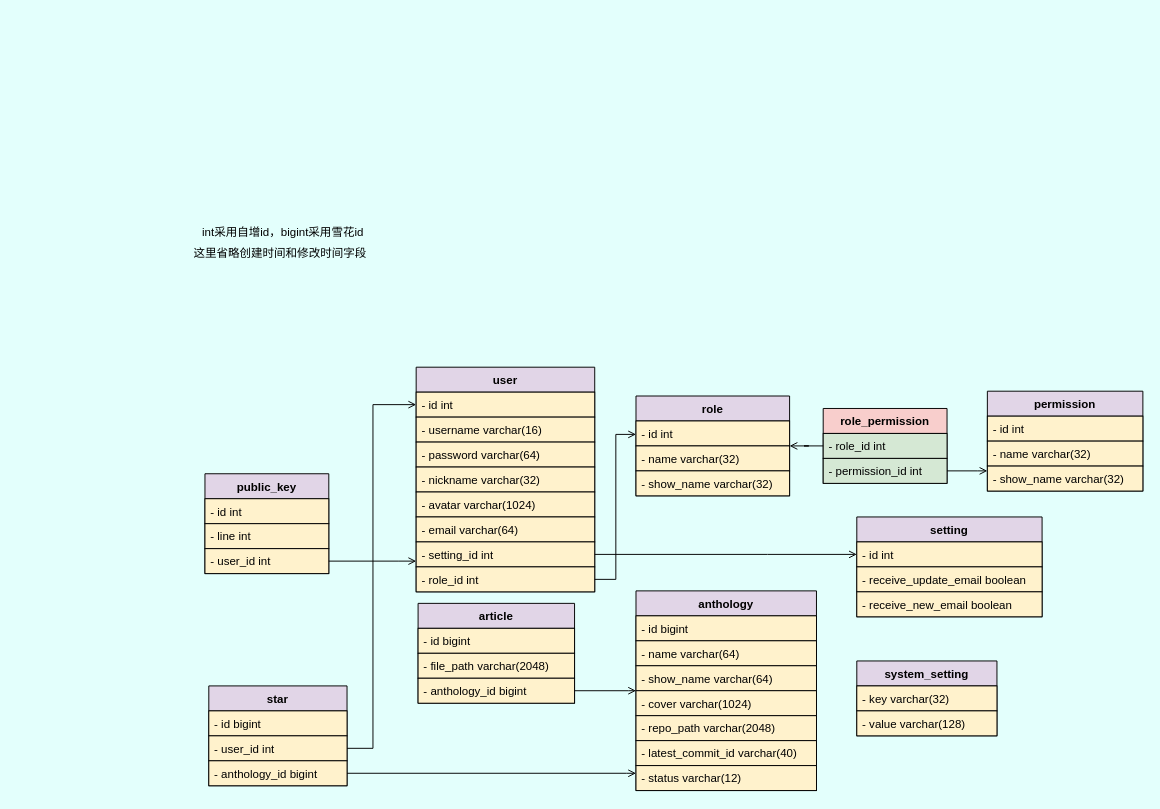
This is page "数据库" (2 of 3) of docs/diagram/后端类图.dio from swsk33/git-document, a draw.io file, before an edit. Source tidied: cells renumbered, new cells numbered last; positions are measured from the earlier drawing's top-left corner, leaving out a move shared by most shapes. Both pictures are drawn from the tidied source at 96%, with x=0, y=0 at pixel (188, 224).
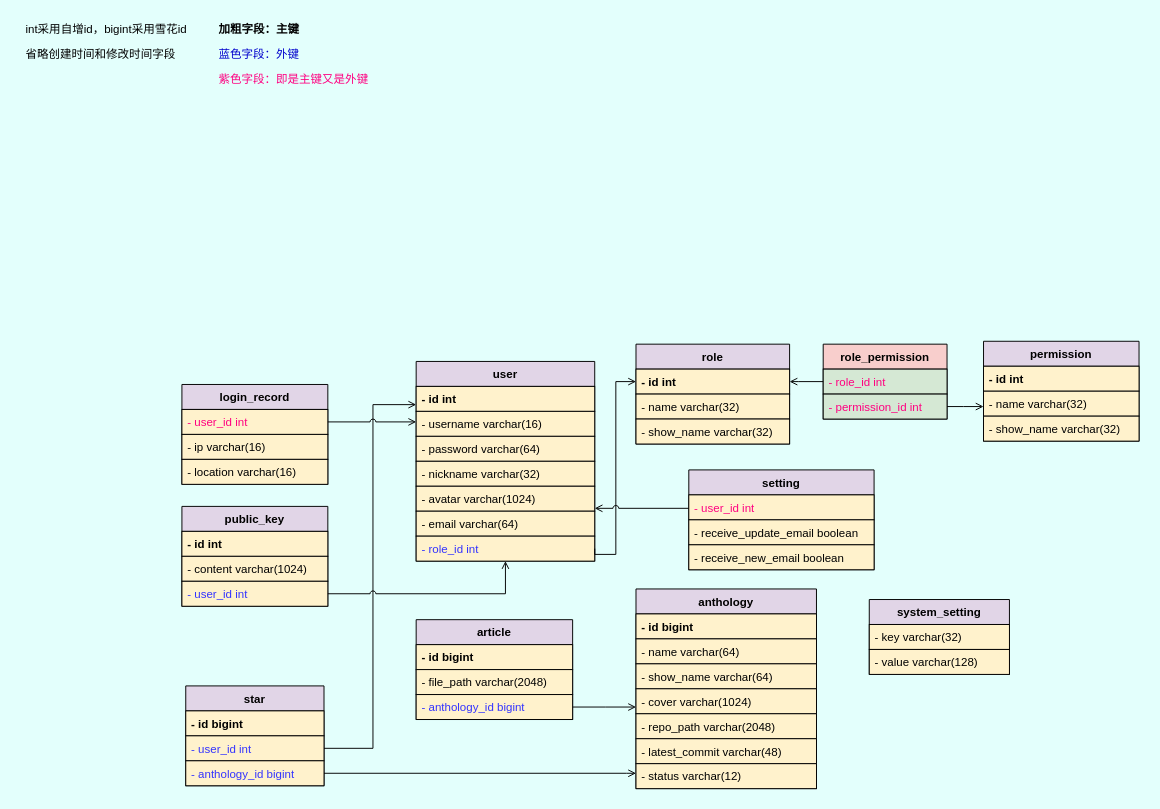
The same page after the edit.

Change to the diagram source:
```diff
@@
     <mxCell id="2" value="user" style="swimlane;fontStyle=1;align=center;verticalAlign=top;horizontal=1;startSize=26;fillColor=#e1d5e7;strokeColor=#000000;fontColor=#000000;" parent="1" vertex="1">
-      <mxGeometry x="237" y="149" width="186" height="234" as="geometry" />
+      <mxGeometry x="237" y="143" width="186" height="208" as="geometry" />
     </mxCell>
-    <mxCell id="3" value="- id int" style="text;strokeColor=#000000;fillColor=#fff2cc;align=left;verticalAlign=top;spacingLeft=4;spacingRight=4;overflow=hidden;fontColor=#000000;" parent="2" vertex="1">
+    <mxCell id="3" value="- id int" style="text;strokeColor=#000000;fillColor=#fff2cc;align=left;verticalAlign=top;spacingLeft=4;spacingRight=4;overflow=hidden;fontColor=#000000;fontStyle=1;" parent="2" vertex="1">
       <mxGeometry y="26" width="186" height="26" as="geometry" />
     </mxCell>
@@
-    <mxCell id="9" value="- setting_id int" style="text;strokeColor=#000000;fillColor=#fff2cc;align=left;verticalAlign=top;spacingLeft=4;spacingRight=4;overflow=hidden;points=[[0,0.5],[1,0.5]];portConstraint=eastwest;fontColor=#000000;" parent="2" vertex="1">
-      <mxGeometry y="182" width="186" height="26" as="geometry" />
-    </mxCell>
-    <mxCell id="10" value="- role_id int" style="text;strokeColor=#000000;fillColor=#fff2cc;align=left;verticalAlign=top;spacingLeft=4;spacingRight=4;overflow=hidden;points=[[0,0.5],[1,0.5]];portConstraint=eastwest;fontColor=#000000;" parent="2" vertex="1">
-      <mxGeometry y="208" width="186" height="26" as="geometry" />
+    <mxCell id="10" value="- role_id int" style="text;strokeColor=#000000;fillColor=#fff2cc;align=left;verticalAlign=top;spacingLeft=4;spacingRight=4;overflow=hidden;points=[[0,0.5],[1,0.5]];portConstraint=eastwest;fontColor=#3333FF;" parent="2" vertex="1">
+      <mxGeometry y="182" width="186" height="26" as="geometry" />
     </mxCell>
     <mxCell id="11" value="role" style="swimlane;fontStyle=1;align=center;verticalAlign=top;horizontal=1;startSize=26;fillColor=#e1d5e7;strokeColor=#000000;fontColor=#000000;" parent="1" vertex="1">
-      <mxGeometry x="466" y="179" width="160" height="104" as="geometry" />
+      <mxGeometry x="466" y="125" width="160" height="104" as="geometry" />
     </mxCell>
-    <mxCell id="12" value="- id int" style="text;strokeColor=#000000;fillColor=#fff2cc;align=left;verticalAlign=top;spacingLeft=4;spacingRight=4;overflow=hidden;points=[[0,0.5],[1,0.5]];portConstraint=eastwest;fontColor=#000000;" parent="11" vertex="1">
+    <mxCell id="12" value="- id int" style="text;strokeColor=#000000;fillColor=#fff2cc;align=left;verticalAlign=top;spacingLeft=4;spacingRight=4;overflow=hidden;points=[[0,0.5],[1,0.5]];portConstraint=eastwest;fontColor=#000000;fontStyle=1;" parent="11" vertex="1">
       <mxGeometry y="26" width="160" height="26" as="geometry" />
     </mxCell>
@@
     <mxCell id="15" value="permission" style="swimlane;fontStyle=1;align=center;verticalAlign=top;horizontal=1;startSize=26;fillColor=#e1d5e7;strokeColor=#000000;fontColor=#000000;" parent="1" vertex="1">
-      <mxGeometry x="832" y="174" width="162" height="104" as="geometry" />
+      <mxGeometry x="828" y="122" width="162" height="104" as="geometry" />
     </mxCell>
-    <mxCell id="16" value="- id int" style="text;strokeColor=#000000;fillColor=#fff2cc;align=left;verticalAlign=top;spacingLeft=4;spacingRight=4;overflow=hidden;fontColor=#000000;" parent="15" vertex="1">
+    <mxCell id="16" value="- id int" style="text;strokeColor=#000000;fillColor=#fff2cc;align=left;verticalAlign=top;spacingLeft=4;spacingRight=4;overflow=hidden;fontColor=#000000;fontStyle=1;" parent="15" vertex="1">
       <mxGeometry y="26" width="162" height="26" as="geometry" />
     </mxCell>
@@
     <mxCell id="19" value="role_permission" style="swimlane;fontStyle=1;align=center;verticalAlign=top;horizontal=1;startSize=26;fillColor=#f8cecc;strokeColor=#000000;fontColor=#000000;" parent="1" vertex="1">
-      <mxGeometry x="661" y="192" width="129" height="78" as="geometry" />
+      <mxGeometry x="661" y="125" width="129" height="78" as="geometry" />
     </mxCell>
-    <mxCell id="20" value="- role_id int" style="text;strokeColor=#000000;fillColor=#d5e8d4;align=left;verticalAlign=top;spacingLeft=4;spacingRight=4;overflow=hidden;points=[[0,0.5],[1,0.5]];portConstraint=eastwest;fontColor=#000000;" parent="19" vertex="1">
+    <mxCell id="20" value="- role_id int" style="text;strokeColor=#000000;fillColor=#d5e8d4;align=left;verticalAlign=top;spacingLeft=4;spacingRight=4;overflow=hidden;points=[[0,0.5],[1,0.5]];portConstraint=eastwest;fontColor=#FF0080;" parent="19" vertex="1">
       <mxGeometry y="26" width="129" height="26" as="geometry" />
     </mxCell>
-    <mxCell id="21" value="- permission_id int" style="text;strokeColor=#000000;fillColor=#d5e8d4;align=left;verticalAlign=top;spacingLeft=4;spacingRight=4;overflow=hidden;points=[[0,0.5],[1,0.5]];portConstraint=eastwest;fontColor=#000000;" parent="19" vertex="1">
+    <mxCell id="21" value="- permission_id int" style="text;strokeColor=#000000;fillColor=#d5e8d4;align=left;verticalAlign=top;spacingLeft=4;spacingRight=4;overflow=hidden;points=[[0,0.5],[1,0.5]];portConstraint=eastwest;fontColor=#FF0080;" parent="19" vertex="1">
       <mxGeometry y="52" width="129" height="26" as="geometry" />
     </mxCell>
-    <mxCell id="22" style="edgeStyle=orthogonalEdgeStyle;rounded=0;jettySize=auto;html=1;exitX=1;exitY=0.5;exitDx=0;exitDy=0;fontColor=#000000;endArrow=open;endFill=0;strokeColor=#000000;" parent="1" edge="1" source="10" target="11">
+    <mxCell id="22" style="edgeStyle=orthogonalEdgeStyle;rounded=0;jettySize=auto;html=1;exitX=1;exitY=0.5;exitDx=0;exitDy=0;fontColor=#000000;endArrow=open;endFill=0;strokeColor=#000000;" parent="1" edge="1" source="10" target="12">
       <mxGeometry relative="1" as="geometry">
         <Array as="points">
-          <mxPoint x="445" y="370" />
-          <mxPoint x="445" y="219" />
+          <mxPoint x="445" y="344" />
+          <mxPoint x="445" y="164" />
         </Array>
       </mxGeometry>
     </mxCell>
     <mxCell id="23" value="public_key" style="swimlane;fontStyle=1;align=center;verticalAlign=top;horizontal=1;startSize=26;fillColor=#e1d5e7;strokeColor=#000000;fontColor=#000000;" parent="1" vertex="1">
-      <mxGeometry x="17" y="260" width="129" height="104" as="geometry" />
+      <mxGeometry x="-7" y="294" width="152" height="104" as="geometry" />
     </mxCell>
-    <mxCell id="24" value="- id int" style="text;strokeColor=#000000;fillColor=#fff2cc;align=left;verticalAlign=top;spacingLeft=4;spacingRight=4;overflow=hidden;fontColor=#000000;" parent="23" vertex="1">
-      <mxGeometry y="26" width="129" height="26" as="geometry" />
+    <mxCell id="24" value="- id int" style="text;strokeColor=#000000;fillColor=#fff2cc;align=left;verticalAlign=top;spacingLeft=4;spacingRight=4;overflow=hidden;fontColor=#000000;fontStyle=1;" parent="23" vertex="1">
+      <mxGeometry y="26" width="152" height="26" as="geometry" />
     </mxCell>
-    <mxCell id="25" value="- line int" style="text;strokeColor=#000000;fillColor=#fff2cc;align=left;verticalAlign=top;spacingLeft=4;spacingRight=4;overflow=hidden;fontColor=#000000;" parent="23" vertex="1">
-      <mxGeometry y="52" width="129" height="26" as="geometry" />
-    </mxCell>
+    <mxCell id="59" value="- content varchar(1024)" style="text;strokeColor=#000000;fillColor=#fff2cc;align=left;verticalAlign=top;spacingLeft=4;spacingRight=4;overflow=hidden;fontColor=#000000;" parent="23" vertex="1">
+      <mxGeometry y="52" width="152" height="26" as="geometry" />
+    </mxCell>
-    <mxCell id="26" value="- user_id int" style="text;strokeColor=#000000;fillColor=#fff2cc;align=left;verticalAlign=top;spacingLeft=4;spacingRight=4;overflow=hidden;points=[[0,0.5],[1,0.5]];portConstraint=eastwest;fontColor=#000000;" parent="23" vertex="1">
-      <mxGeometry y="78" width="129" height="26" as="geometry" />
+    <mxCell id="26" value="- user_id int" style="text;strokeColor=#000000;fillColor=#fff2cc;align=left;verticalAlign=top;spacingLeft=4;spacingRight=4;overflow=hidden;points=[[0,0.5],[1,0.5]];portConstraint=eastwest;fontColor=#3333FF;" parent="23" vertex="1">
+      <mxGeometry y="78" width="152" height="26" as="geometry" />
     </mxCell>
-    <mxCell id="27" style="edgeStyle=orthogonalEdgeStyle;rounded=0;jettySize=auto;html=1;exitX=1;exitY=0.5;exitDx=0;exitDy=0;fontColor=#000000;endArrow=open;endFill=0;strokeColor=#000000;" parent="1" edge="1" source="26" target="2">
-      <mxGeometry relative="1" as="geometry">
-        <Array as="points">
-          <mxPoint x="219" y="351" />
-          <mxPoint x="219" y="351" />
-        </Array>
-      </mxGeometry>
-    </mxCell>
     <mxCell id="28" value="article" style="swimlane;fontStyle=1;align=center;verticalAlign=top;horizontal=1;startSize=26;fillColor=#e1d5e7;strokeColor=#000000;fontColor=#000000;" parent="1" vertex="1">
-      <mxGeometry x="239" y="395" width="163" height="104" as="geometry" />
+      <mxGeometry x="237" y="412" width="163" height="104" as="geometry" />
     </mxCell>
-    <mxCell id="29" value="- id bigint" style="text;strokeColor=#000000;fillColor=#fff2cc;align=left;verticalAlign=top;spacingLeft=4;spacingRight=4;overflow=hidden;fontColor=#000000;" parent="28" vertex="1">
+    <mxCell id="29" value="- id bigint" style="text;strokeColor=#000000;fillColor=#fff2cc;align=left;verticalAlign=top;spacingLeft=4;spacingRight=4;overflow=hidden;fontColor=#000000;fontStyle=1;" parent="28" vertex="1">
       <mxGeometry y="26" width="163" height="26" as="geometry" />
     </mxCell>
@@
-    <mxCell id="31" value="- anthology_id bigint" style="text;strokeColor=#000000;fillColor=#fff2cc;align=left;verticalAlign=top;spacingLeft=4;spacingRight=4;overflow=hidden;points=[[0,0.5],[1,0.5]];portConstraint=eastwest;fontColor=#000000;" parent="28" vertex="1">
+    <mxCell id="31" value="- anthology_id bigint" style="text;strokeColor=#000000;fillColor=#fff2cc;align=left;verticalAlign=top;spacingLeft=4;spacingRight=4;overflow=hidden;points=[[0,0.5],[1,0.5]];portConstraint=eastwest;fontColor=#3333FF;" parent="28" vertex="1">
       <mxGeometry y="78" width="163" height="26" as="geometry" />
     </mxCell>
     <mxCell id="32" value="anthology" style="swimlane;fontStyle=1;align=center;verticalAlign=top;horizontal=1;startSize=26;fillColor=#e1d5e7;strokeColor=#000000;fontColor=#000000;" parent="1" vertex="1">
-      <mxGeometry x="466" y="382" width="188" height="208" as="geometry" />
+      <mxGeometry x="466" y="380" width="188" height="208" as="geometry" />
     </mxCell>
-    <mxCell id="33" value="- id bigint" style="text;strokeColor=#000000;fillColor=#fff2cc;align=left;verticalAlign=top;spacingLeft=4;spacingRight=4;overflow=hidden;fontColor=#000000;" parent="32" vertex="1">
+    <mxCell id="33" value="- id bigint" style="text;strokeColor=#000000;fillColor=#fff2cc;align=left;verticalAlign=top;spacingLeft=4;spacingRight=4;overflow=hidden;fontColor=#000000;fontStyle=1;" parent="32" vertex="1">
       <mxGeometry y="26" width="188" height="26" as="geometry" />
     </mxCell>
@@
-    <mxCell id="38" value="- latest_commit_id varchar(40)" style="text;strokeColor=#000000;fillColor=#fff2cc;align=left;verticalAlign=top;spacingLeft=4;spacingRight=4;overflow=hidden;fontColor=#000000;" parent="32" vertex="1">
+    <mxCell id="38" value="- latest_commit varchar(48)" style="text;strokeColor=#000000;fillColor=#fff2cc;align=left;verticalAlign=top;spacingLeft=4;spacingRight=4;overflow=hidden;fontColor=#000000;" parent="32" vertex="1">
       <mxGeometry y="156" width="188" height="26" as="geometry" />
     </mxCell>
@@
     <mxCell id="40" style="edgeStyle=orthogonalEdgeStyle;rounded=0;jettySize=auto;html=1;exitX=1;exitY=0.5;exitDx=0;exitDy=0;fontColor=#000000;endArrow=open;endFill=0;strokeColor=#000000;" parent="1" edge="1" source="31" target="32">
       <mxGeometry relative="1" as="geometry">
         <Array as="points">
-          <mxPoint x="458" y="486" />
-          <mxPoint x="458" y="486" />
+          <mxPoint x="434" y="503" />
+          <mxPoint x="434" y="503" />
         </Array>
       </mxGeometry>
     </mxCell>
-    <mxCell id="41" value="&lt;font color=&quot;#000000&quot;&gt;int采用自增id，bigint采用雪花id&lt;/font&gt;" style="text;html=1;align=center;verticalAlign=middle;strokeColor=none;fillColor=none;fontColor=#FF66B3;" parent="1" vertex="1">
-      <mxGeometry x="9" width="178" height="18" as="geometry" />
-    </mxCell>
     <mxCell id="42" style="edgeStyle=orthogonalEdgeStyle;rounded=0;jettySize=auto;html=1;exitX=0;exitY=0.5;exitDx=0;exitDy=0;fontColor=#000000;strokeColor=#000000;endArrow=open;endFill=0;" parent="1" edge="1" source="20" target="11">
-      <mxGeometry relative="1" as="geometry" />
+      <mxGeometry relative="1" as="geometry">
+        <Array as="points">
+          <mxPoint x="635" y="164" />
+          <mxPoint x="635" y="164" />
+        </Array>
+      </mxGeometry>
     </mxCell>
     <mxCell id="43" style="edgeStyle=orthogonalEdgeStyle;rounded=0;jettySize=auto;html=1;exitX=1;exitY=0.5;exitDx=0;exitDy=0;fontColor=#000000;strokeColor=#000000;endArrow=open;endFill=0;" parent="1" edge="1" source="21" target="15">
       <mxGeometry relative="1" as="geometry">
         <Array as="points">
-          <mxPoint x="822" y="257" />
-          <mxPoint x="822" y="257" />
+          <mxPoint x="807" y="190" />
+          <mxPoint x="807" y="190" />
         </Array>
       </mxGeometry>
     </mxCell>
-    <mxCell id="44" value="这里省略创建时间和修改时间字段" style="text;html=1;align=center;verticalAlign=middle;strokeColor=none;fillColor=none;fontColor=#000000;" parent="1" vertex="1">
-      <mxGeometry y="22" width="190" height="18" as="geometry" />
-    </mxCell>
     <mxCell id="45" value="star" style="swimlane;fontStyle=1;align=center;verticalAlign=top;horizontal=1;startSize=26;fillColor=#e1d5e7;strokeColor=#000000;fontColor=#000000;" parent="1" vertex="1">
-      <mxGeometry x="21" y="481" width="144" height="104" as="geometry" />
+      <mxGeometry x="-3" y="481" width="144" height="104" as="geometry" />
     </mxCell>
-    <mxCell id="46" value="- id bigint" style="text;strokeColor=#000000;fillColor=#fff2cc;align=left;verticalAlign=top;spacingLeft=4;spacingRight=4;overflow=hidden;fontColor=#000000;" parent="45" vertex="1">
+    <mxCell id="46" value="- id bigint" style="text;strokeColor=#000000;fillColor=#fff2cc;align=left;verticalAlign=top;spacingLeft=4;spacingRight=4;overflow=hidden;fontColor=#000000;fontStyle=1;" parent="45" vertex="1">
       <mxGeometry y="26" width="144" height="26" as="geometry" />
     </mxCell>
-    <mxCell id="47" value="- user_id int" style="text;strokeColor=#000000;fillColor=#fff2cc;align=left;verticalAlign=top;spacingLeft=4;spacingRight=4;overflow=hidden;points=[[0,0.5],[1,0.5]];portConstraint=eastwest;fontColor=#000000;" parent="45" vertex="1">
+    <mxCell id="47" value="- user_id int" style="text;strokeColor=#000000;fillColor=#fff2cc;align=left;verticalAlign=top;spacingLeft=4;spacingRight=4;overflow=hidden;points=[[0,0.5],[1,0.5]];portConstraint=eastwest;fontColor=#3333FF;" parent="45" vertex="1">
       <mxGeometry y="52" width="144" height="26" as="geometry" />
     </mxCell>
-    <mxCell id="48" value="- anthology_id bigint" style="text;strokeColor=#000000;fillColor=#fff2cc;align=left;verticalAlign=top;spacingLeft=4;spacingRight=4;overflow=hidden;points=[[0,0.5],[1,0.5]];portConstraint=eastwest;fontColor=#000000;" parent="45" vertex="1">
+    <mxCell id="48" value="- anthology_id bigint" style="text;strokeColor=#000000;fillColor=#fff2cc;align=left;verticalAlign=top;spacingLeft=4;spacingRight=4;overflow=hidden;points=[[0,0.5],[1,0.5]];portConstraint=eastwest;fontColor=#3333FF;" parent="45" vertex="1">
       <mxGeometry y="78" width="144" height="26" as="geometry" />
     </mxCell>
-    <mxCell id="49" style="edgeStyle=orthogonalEdgeStyle;rounded=0;jettySize=auto;html=1;exitX=1;exitY=0.5;exitDx=0;exitDy=0;fontColor=#000000;strokeColor=#000000;endArrow=open;endFill=0;" parent="1" edge="1" source="47" target="2">
+    <mxCell id="49" style="edgeStyle=orthogonalEdgeStyle;rounded=0;jettySize=auto;html=1;exitX=1;exitY=0.5;exitDx=0;exitDy=0;fontColor=#000000;strokeColor=#000000;endArrow=open;endFill=0;jumpStyle=arc;" parent="1" edge="1" source="47" target="2">
       <mxGeometry relative="1" as="geometry">
         <Array as="points">
           <mxPoint x="192" y="546" />
           <mxPoint x="192" y="188" />
         </Array>
       </mxGeometry>
     </mxCell>
@@
     <mxCell id="51" value="setting" style="swimlane;fontStyle=1;align=center;verticalAlign=top;horizontal=1;startSize=26;fillColor=#e1d5e7;strokeColor=#000000;fontColor=#000000;" parent="1" vertex="1">
-      <mxGeometry x="696" y="305" width="193" height="104" as="geometry" />
+      <mxGeometry x="521" y="256" width="193" height="104" as="geometry" />
     </mxCell>
-    <mxCell id="52" value="- id int" style="text;strokeColor=#000000;fillColor=#fff2cc;align=left;verticalAlign=top;spacingLeft=4;spacingRight=4;overflow=hidden;points=[[0,0.5],[1,0.5]];portConstraint=eastwest;fontColor=#000000;" parent="51" vertex="1">
+    <mxCell id="52" value="- user_id int" style="text;strokeColor=#000000;fillColor=#fff2cc;align=left;verticalAlign=top;spacingLeft=4;spacingRight=4;overflow=hidden;points=[[0,0.5],[1,0.5]];portConstraint=eastwest;fontColor=#FF0080;" parent="51" vertex="1">
       <mxGeometry y="26" width="193" height="26" as="geometry" />
     </mxCell>
@@
-    <mxCell id="55" style="edgeStyle=orthogonalEdgeStyle;rounded=0;jettySize=auto;html=1;exitX=1;exitY=0.5;exitDx=0;exitDy=0;strokeColor=#000000;endArrow=open;endFill=0;" parent="1" edge="1" source="9" target="51">
-      <mxGeometry relative="1" as="geometry">
-        <Array as="points">
-          <mxPoint x="603" y="344" />
-          <mxPoint x="603" y="344" />
-        </Array>
-      </mxGeometry>
-    </mxCell>
     <mxCell id="56" value="system_setting" style="swimlane;fontStyle=1;align=center;verticalAlign=top;horizontal=1;startSize=26;fillColor=#e1d5e7;strokeColor=#000000;fontColor=#000000;" parent="1" vertex="1">
-      <mxGeometry x="696" y="455" width="146" height="78" as="geometry" />
+      <mxGeometry x="709" y="391" width="146" height="78" as="geometry" />
     </mxCell>
@@
+    <mxCell id="27" style="edgeStyle=orthogonalEdgeStyle;rounded=0;jettySize=auto;html=1;endArrow=open;endFill=0;jumpStyle=arc;" parent="1" edge="1" source="26" target="2">
+      <mxGeometry relative="1" as="geometry">
+        <Array as="points">
+          <mxPoint x="330" y="385" />
+        </Array>
+      </mxGeometry>
+    </mxCell>
+    <mxCell id="60" style="edgeStyle=orthogonalEdgeStyle;shape=connector;rounded=0;jumpStyle=arc;jettySize=auto;html=1;strokeColor=default;align=center;verticalAlign=middle;fontFamily=Helvetica;fontSize=11;fontColor=default;labelBackgroundColor=default;endArrow=open;endFill=0;" parent="1" edge="1" source="52" target="2">
+      <mxGeometry relative="1" as="geometry">
+        <Array as="points">
+          <mxPoint x="480" y="296" />
+          <mxPoint x="480" y="296" />
+        </Array>
+      </mxGeometry>
+    </mxCell>
+    <mxCell id="61" value="login_record" style="swimlane;fontStyle=1;align=center;verticalAlign=top;horizontal=1;startSize=26;fillColor=#e1d5e7;strokeColor=#000000;fontColor=#000000;" parent="1" vertex="1">
+      <mxGeometry x="-7" y="167" width="152" height="104" as="geometry" />
+    </mxCell>
+    <mxCell id="62" value="- user_id int" style="text;strokeColor=#000000;fillColor=#fff2cc;align=left;verticalAlign=top;spacingLeft=4;spacingRight=4;overflow=hidden;points=[[0,0.5],[1,0.5]];portConstraint=eastwest;fontColor=#FF0080;" parent="61" vertex="1">
+      <mxGeometry y="26" width="152" height="26" as="geometry" />
+    </mxCell>
+    <mxCell id="63" value="- ip varchar(16)" style="text;strokeColor=#000000;fillColor=#fff2cc;align=left;verticalAlign=top;spacingLeft=4;spacingRight=4;overflow=hidden;fontColor=#000000;" parent="61" vertex="1">
+      <mxGeometry y="52" width="152" height="26" as="geometry" />
+    </mxCell>
+    <mxCell id="64" value="- location varchar(16)" style="text;strokeColor=#000000;fillColor=#fff2cc;align=left;verticalAlign=top;spacingLeft=4;spacingRight=4;overflow=hidden;fontColor=#000000;" parent="61" vertex="1">
+      <mxGeometry y="78" width="152" height="26" as="geometry" />
+    </mxCell>
+    <mxCell id="65" style="edgeStyle=orthogonalEdgeStyle;shape=connector;rounded=0;jumpStyle=arc;jettySize=auto;html=1;strokeColor=default;align=center;verticalAlign=middle;fontFamily=Helvetica;fontSize=11;fontColor=default;labelBackgroundColor=default;endArrow=open;endFill=0;" parent="1" edge="1" source="62" target="2">
+      <mxGeometry relative="1" as="geometry">
+        <Array as="points">
+          <mxPoint x="221" y="206" />
+          <mxPoint x="221" y="206" />
+        </Array>
+      </mxGeometry>
+    </mxCell>
+    <mxCell id="66" value="&lt;font color=&quot;#0000cc&quot;&gt;蓝色字段：外键&lt;/font&gt;" style="text;html=1;align=center;verticalAlign=middle;strokeColor=none;fillColor=none;fontColor=#FF66B3;" parent="1" vertex="1">
+      <mxGeometry x="22" y="-190" width="102" height="26" as="geometry" />
+    </mxCell>
+    <mxCell id="67" value="&lt;font&gt;紫色字段：即是主键又是外键&lt;/font&gt;" style="text;html=1;align=center;verticalAlign=middle;strokeColor=none;fillColor=none;fontColor=#FF0080;" parent="1" vertex="1">
+      <mxGeometry x="22" y="-164" width="174" height="26" as="geometry" />
+    </mxCell>
+    <mxCell id="68" value="&lt;font&gt;加粗字段：主键&lt;/font&gt;" style="text;html=1;align=center;verticalAlign=middle;strokeColor=none;fillColor=none;fontColor=#000000;fontStyle=1;" parent="1" vertex="1">
+      <mxGeometry x="22" y="-216" width="102" height="26" as="geometry" />
+    </mxCell>
+    <mxCell id="41" value="int采用自增id，bigint采用雪花id" style="text;html=1;align=center;verticalAlign=middle;strokeColor=none;fillColor=none;" parent="1" vertex="1">
+      <mxGeometry x="-179" y="-216" width="186" height="26" as="geometry" />
+    </mxCell>
+    <mxCell id="69" value="省略创建时间和修改时间字段" style="text;html=1;align=center;verticalAlign=middle;strokeColor=none;fillColor=none;" parent="1" vertex="1">
+      <mxGeometry x="-179" y="-190" width="174" height="26" as="geometry" />
+    </mxCell>
```
